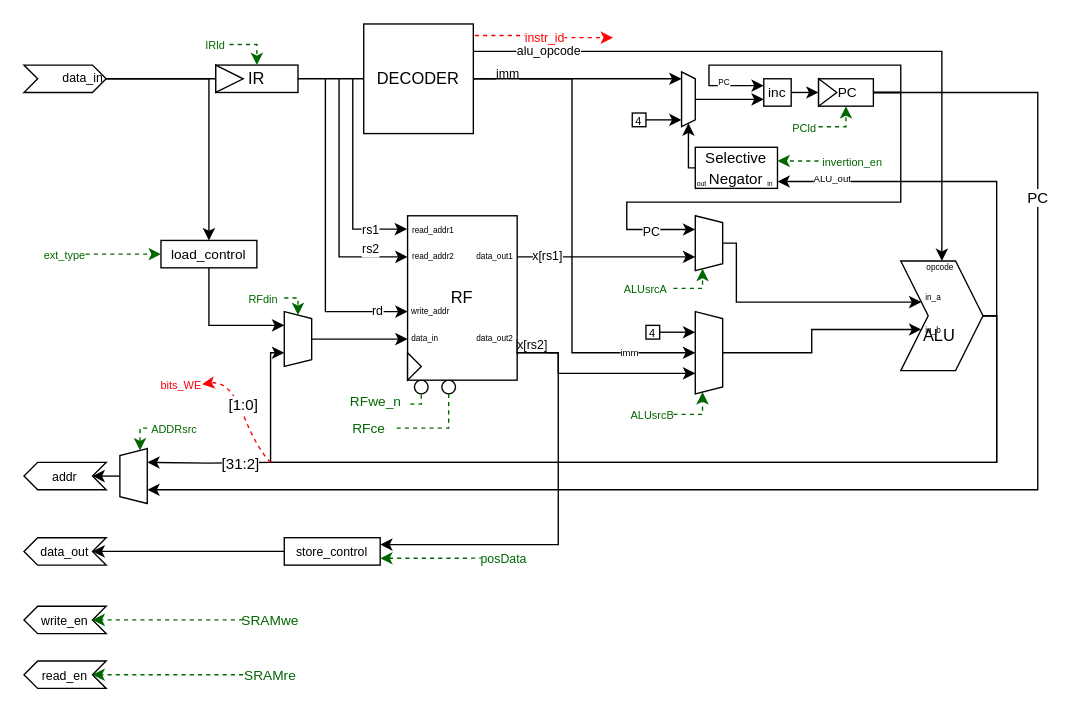
jawandrawa10/Tone3 keeps this draw.io diagram as Datapath Millestone 3.drawio. Above is the earlier version. Source tidied: cells renumbered, new cells numbered last; positions are measured from the earlier drawing's top-left corner, leaving out a move shared by most shapes. Both pictures are drawn from the tidied source at 137%, with x=0, y=0 at pixel (23, 23).
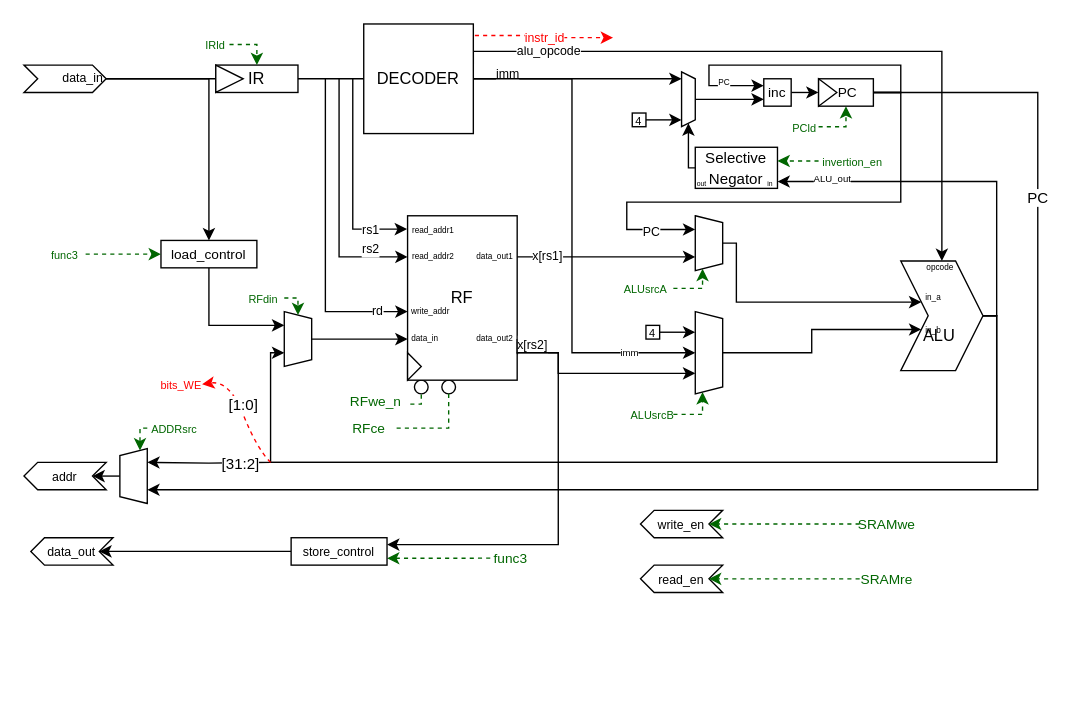
The same page after the edit.

Diff of the diagram source:
```diff
@@
     <mxCell id="84" style="group;" parent="1" vertex="1">
-      <mxGeometry y="370" width="60" height="30" as="geometry" />
+      <mxGeometry x="5" y="370" width="60" height="30" as="geometry" />
     </mxCell>
@@
     <mxCell id="87" style="group;" parent="1" vertex="1">
-      <mxGeometry y="420" width="60" height="30" as="geometry" />
+      <mxGeometry x="450" y="350" width="60" height="30" as="geometry" />
     </mxCell>
@@
-    <mxCell id="97" value="&lt;font style=&quot;font-size: 8px; color: rgb(0, 102, 0);&quot;&gt;ext_type&lt;/font&gt;" style="text;html=1;whiteSpace=wrap;strokeColor=none;fillColor=none;align=center;verticalAlign=middle;rounded=0;" parent="1" vertex="1">
+    <mxCell id="97" value="&lt;font style=&quot;font-size: 8px; color: rgb(0, 102, 0);&quot;&gt;func3&lt;/font&gt;" style="text;html=1;whiteSpace=wrap;strokeColor=none;fillColor=none;align=center;verticalAlign=middle;rounded=0;" parent="1" vertex="1">
       <mxGeometry x="15" y="163" width="30" height="10" as="geometry" />
     </mxCell>
@@
     <mxCell id="107" style="edgeStyle=orthogonalEdgeStyle;rounded=0;jettySize=auto;html=1;exitX=1;exitY=0.75;exitDx=0;exitDy=0;startArrow=classic;startFill=1;endArrow=none;endFill=0;strokeColor=#006600;dashed=1;" parent="1" edge="1" source="109">
       <mxGeometry relative="1" as="geometry">
-        <mxPoint x="340" y="389.9" as="targetPoint" />
+        <mxPoint x="345" y="389.9" as="targetPoint" />
       </mxGeometry>
     </mxCell>
-    <mxCell id="108" value="&lt;font style=&quot;font-size: 9px; color: light-dark(rgb(0, 102, 0), rgb(0, 255, 0));&quot;&gt;posData&lt;/font&gt;" style="edgeLabel;html=1;align=center;verticalAlign=middle;fontSize=12;" parent="107" vertex="1">
+    <mxCell id="108" value="&lt;font color=&quot;#006600&quot; size=&quot;1&quot;&gt;func3&lt;/font&gt;" style="edgeLabel;html=1;align=center;verticalAlign=middle;fontSize=12;" parent="107" vertex="1">
       <mxGeometry x="0.49" relative="1" as="geometry">
         <mxPoint x="30" y="-1" as="offset" />
       </mxGeometry>
     </mxCell>
     <mxCell id="109" value="&lt;font style=&quot;font-size: 9px;&quot;&gt;store_control&lt;/font&gt;" style="whiteSpace=wrap;html=1;" parent="1" vertex="1">
-      <mxGeometry x="190" y="375" width="70" height="20" as="geometry" />
+      <mxGeometry x="195" y="375" width="70" height="20" as="geometry" />
     </mxCell>
@@
     <mxCell id="112" value="&lt;font color=&quot;#006600&quot;&gt;&lt;span style=&quot;font-size: 10px;&quot;&gt;SRAMwe&lt;/span&gt;&lt;/font&gt;" style="text;html=1;whiteSpace=wrap;strokeColor=none;fillColor=none;align=center;verticalAlign=middle;rounded=0;" parent="1" vertex="1">
-      <mxGeometry x="160" y="420" width="40" height="30" as="geometry" />
+      <mxGeometry x="610" y="350" width="40" height="30" as="geometry" />
     </mxCell>
@@
     <mxCell id="116" style="group;" parent="1" vertex="1">
-      <mxGeometry y="460" width="60" height="30" as="geometry" />
+      <mxGeometry x="450" y="390" width="60" height="30" as="geometry" />
     </mxCell>
@@
     <mxCell id="120" value="&lt;font style=&quot;font-size: 10px; color: light-dark(rgb(0, 102, 0), rgb(0, 255, 0));&quot;&gt;SRAMre&lt;/font&gt;" style="text;html=1;whiteSpace=wrap;strokeColor=none;fillColor=none;align=center;verticalAlign=middle;rounded=0;" parent="1" vertex="1">
-      <mxGeometry x="160" y="460" width="40" height="30" as="geometry" />
+      <mxGeometry x="610" y="390" width="40" height="30" as="geometry" />
     </mxCell>
```
